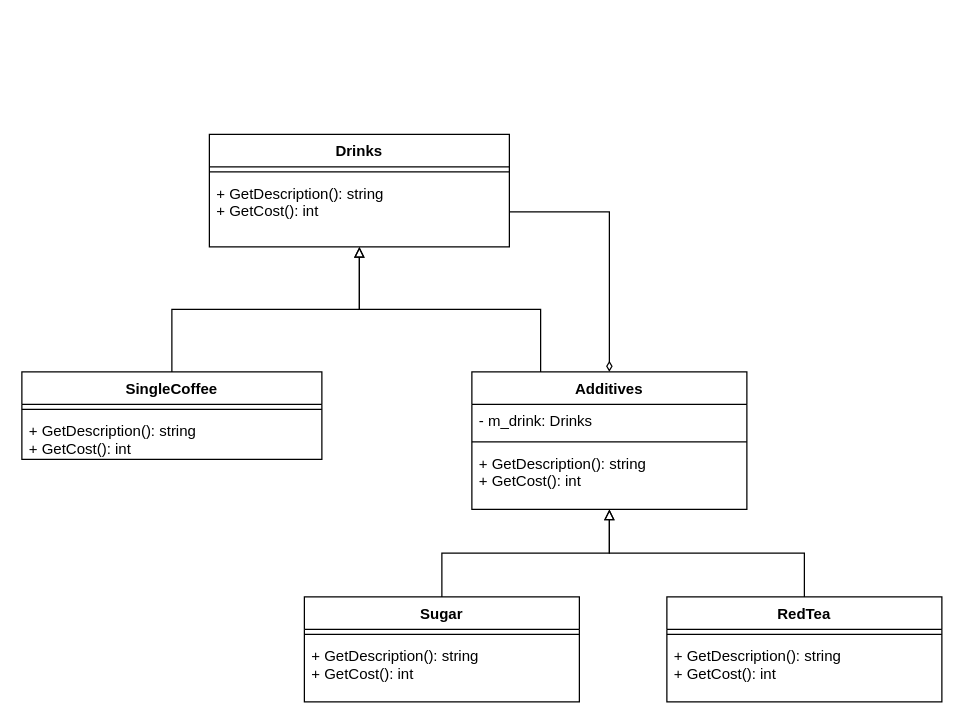
Above: page "第 2 页" (2 of 2) of CompositeMode2.drawio in wjjs/learn_design_patterns (draw.io), before the change. Source tidied: cells renumbered, new cells numbered last; positions are measured from the earlier drawing's top-left corner, leaving out a move shared by most shapes. Both pictures are drawn from the tidied source at 125%, with x=0, y=0 at pixel (21, 134).
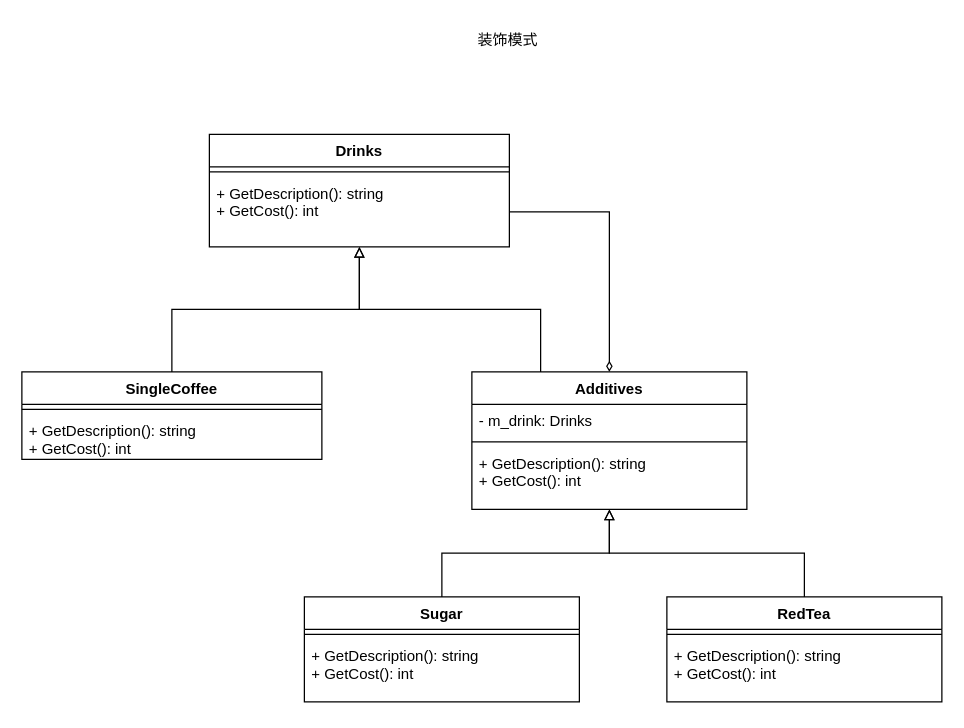
The same diagram, later.

Change to the diagram source:
```diff
@@
+    <mxCell id="23" value="装饰模式" style="text;html=1;whiteSpace=wrap;strokeColor=none;fillColor=none;align=center;verticalAlign=middle;rounded=0;" parent="1" vertex="1">
+      <mxGeometry x="316" y="-90" width="146" height="30" as="geometry" />
+    </mxCell>
```
